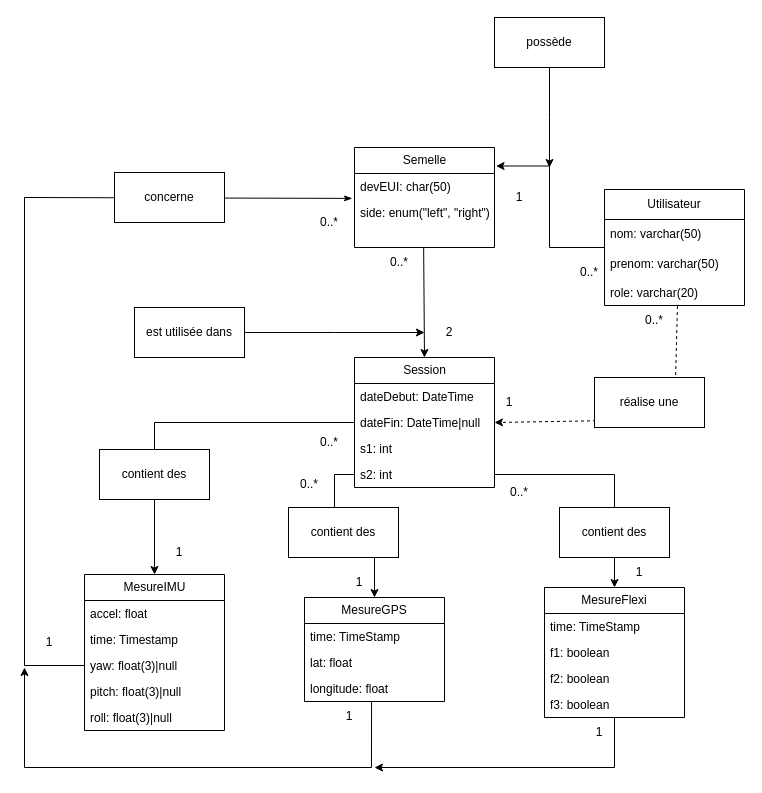
This is bdd/Semelle UML.drawio from lpeyr/p2i, a draw.io file, before an edit. Source tidied: cells renumbered, new cells numbered last; positions are measured from the earlier drawing's top-left corner, leaving out a move shared by most shapes. Both pictures are drawn from the tidied source at 100%, with x=0, y=0 at pixel (24, 17).
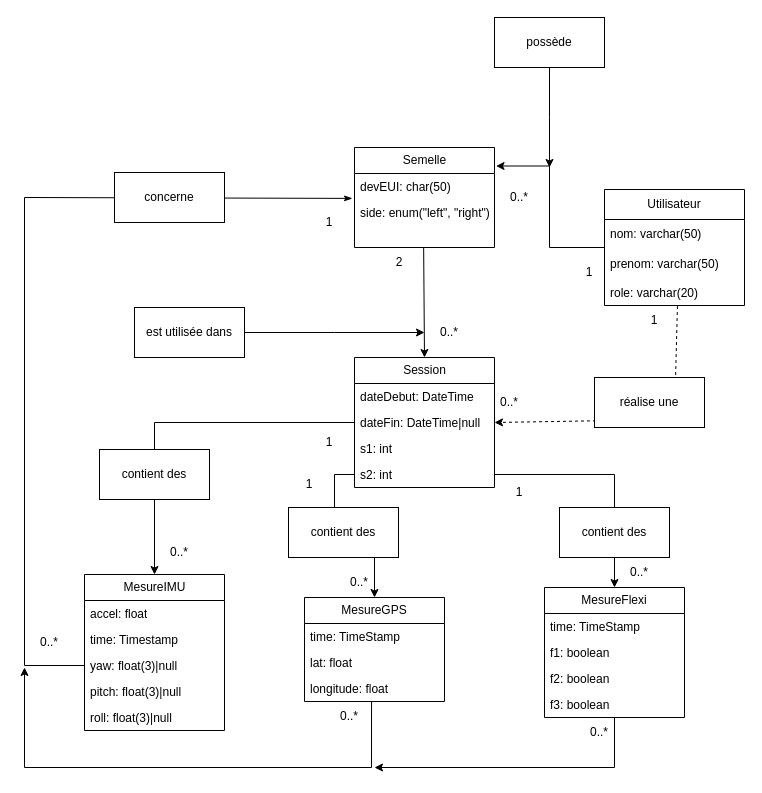
The same diagram, later.

The edit, as a diff of the source:
```diff
@@
-    <mxCell id="32" value="1" style="text;html=1;whiteSpace=wrap;strokeColor=none;fillColor=none;align=center;verticalAlign=middle;rounded=0;" parent="1" vertex="1">
+    <mxCell id="32" value="0..*" style="text;html=1;whiteSpace=wrap;strokeColor=none;fillColor=none;align=center;verticalAlign=middle;rounded=0;" parent="1" vertex="1">
       <mxGeometry x="480" y="165" width="30" height="30" as="geometry" />
     </mxCell>
-    <mxCell id="33" value="0..*" style="text;html=1;whiteSpace=wrap;strokeColor=none;fillColor=none;align=center;verticalAlign=middle;rounded=0;" parent="1" vertex="1">
+    <mxCell id="33" value="1" style="text;html=1;whiteSpace=wrap;strokeColor=none;fillColor=none;align=center;verticalAlign=middle;rounded=0;" parent="1" vertex="1">
       <mxGeometry x="550" y="240" width="30" height="30" as="geometry" />
     </mxCell>
@@
-    <mxCell id="37" value="2" style="text;html=1;whiteSpace=wrap;strokeColor=none;fillColor=none;align=center;verticalAlign=middle;rounded=0;" parent="1" vertex="1">
+    <mxCell id="37" value="0..*" style="text;html=1;whiteSpace=wrap;strokeColor=none;fillColor=none;align=center;verticalAlign=middle;rounded=0;" parent="1" vertex="1">
       <mxGeometry x="410" y="300" width="30" height="30" as="geometry" />
     </mxCell>
-    <mxCell id="38" value="0..*" style="text;html=1;whiteSpace=wrap;strokeColor=none;fillColor=none;align=center;verticalAlign=middle;rounded=0;" parent="1" vertex="1">
+    <mxCell id="38" value="2" style="text;html=1;whiteSpace=wrap;strokeColor=none;fillColor=none;align=center;verticalAlign=middle;rounded=0;" parent="1" vertex="1">
       <mxGeometry x="360" y="230" width="30" height="30" as="geometry" />
     </mxCell>
@@
-    <mxCell id="41" value="0..*" style="text;html=1;whiteSpace=wrap;strokeColor=none;fillColor=none;align=center;verticalAlign=middle;rounded=0;" parent="1" vertex="1">
+    <mxCell id="41" value="1" style="text;html=1;whiteSpace=wrap;strokeColor=none;fillColor=none;align=center;verticalAlign=middle;rounded=0;" parent="1" vertex="1">
       <mxGeometry x="615" y="288" width="30" height="30" as="geometry" />
     </mxCell>
-    <mxCell id="42" value="1" style="text;html=1;whiteSpace=wrap;strokeColor=none;fillColor=none;align=center;verticalAlign=middle;rounded=0;" parent="1" vertex="1">
+    <mxCell id="42" value="0..*" style="text;html=1;whiteSpace=wrap;strokeColor=none;fillColor=none;align=center;verticalAlign=middle;rounded=0;" parent="1" vertex="1">
       <mxGeometry x="470" y="370" width="30" height="30" as="geometry" />
     </mxCell>
@@
-    <mxCell id="49" value="1" style="text;html=1;whiteSpace=wrap;strokeColor=none;fillColor=none;align=center;verticalAlign=middle;rounded=0;" parent="1" vertex="1">
+    <mxCell id="49" value="0..*" style="text;html=1;whiteSpace=wrap;strokeColor=none;fillColor=none;align=center;verticalAlign=middle;rounded=0;" parent="1" vertex="1">
       <mxGeometry x="140" y="520" width="30" height="30" as="geometry" />
     </mxCell>
-    <mxCell id="50" value="0..*" style="text;html=1;whiteSpace=wrap;strokeColor=none;fillColor=none;align=center;verticalAlign=middle;rounded=0;" parent="1" vertex="1">
+    <mxCell id="50" value="1" style="text;html=1;whiteSpace=wrap;strokeColor=none;fillColor=none;align=center;verticalAlign=middle;rounded=0;" parent="1" vertex="1">
       <mxGeometry x="290" y="410" width="30" height="30" as="geometry" />
     </mxCell>
-    <mxCell id="51" value="0..*" style="text;html=1;whiteSpace=wrap;strokeColor=none;fillColor=none;align=center;verticalAlign=middle;rounded=0;" parent="1" vertex="1">
+    <mxCell id="51" value="1" style="text;html=1;whiteSpace=wrap;strokeColor=none;fillColor=none;align=center;verticalAlign=middle;rounded=0;" parent="1" vertex="1">
       <mxGeometry x="270" y="452" width="30" height="30" as="geometry" />
     </mxCell>
-    <mxCell id="52" value="0..*" style="text;html=1;whiteSpace=wrap;strokeColor=none;fillColor=none;align=center;verticalAlign=middle;rounded=0;" parent="1" vertex="1">
+    <mxCell id="52" value="1" style="text;html=1;whiteSpace=wrap;strokeColor=none;fillColor=none;align=center;verticalAlign=middle;rounded=0;" parent="1" vertex="1">
       <mxGeometry x="480" y="460" width="30" height="30" as="geometry" />
     </mxCell>
-    <mxCell id="53" value="1" style="text;html=1;whiteSpace=wrap;strokeColor=none;fillColor=none;align=center;verticalAlign=middle;rounded=0;" parent="1" vertex="1">
+    <mxCell id="53" value="0..*" style="text;html=1;whiteSpace=wrap;strokeColor=none;fillColor=none;align=center;verticalAlign=middle;rounded=0;" parent="1" vertex="1">
       <mxGeometry x="600" y="540" width="30" height="30" as="geometry" />
     </mxCell>
-    <mxCell id="54" value="1" style="text;html=1;whiteSpace=wrap;strokeColor=none;fillColor=none;align=center;verticalAlign=middle;rounded=0;" parent="1" vertex="1">
+    <mxCell id="54" value="0..*" style="text;html=1;whiteSpace=wrap;strokeColor=none;fillColor=none;align=center;verticalAlign=middle;rounded=0;" parent="1" vertex="1">
       <mxGeometry x="320" y="550" width="30" height="30" as="geometry" />
     </mxCell>
@@
-    <mxCell id="57" value="1" style="text;html=1;whiteSpace=wrap;strokeColor=none;fillColor=none;align=center;verticalAlign=middle;rounded=0;" parent="1" vertex="1">
+    <mxCell id="57" value="0..*" style="text;html=1;whiteSpace=wrap;strokeColor=none;fillColor=none;align=center;verticalAlign=middle;rounded=0;" parent="1" vertex="1">
       <mxGeometry x="10" y="610" width="30" height="30" as="geometry" />
     </mxCell>
-    <mxCell id="58" value="0..*" style="text;html=1;whiteSpace=wrap;strokeColor=none;fillColor=none;align=center;verticalAlign=middle;rounded=0;" parent="1" vertex="1">
+    <mxCell id="58" value="1" style="text;html=1;whiteSpace=wrap;strokeColor=none;fillColor=none;align=center;verticalAlign=middle;rounded=0;" parent="1" vertex="1">
       <mxGeometry x="290" y="190" width="30" height="30" as="geometry" />
     </mxCell>
@@
-    <mxCell id="61" value="1" style="text;html=1;whiteSpace=wrap;strokeColor=none;fillColor=none;align=center;verticalAlign=middle;rounded=0;" parent="1" vertex="1">
+    <mxCell id="61" value="0..*" style="text;html=1;whiteSpace=wrap;strokeColor=none;fillColor=none;align=center;verticalAlign=middle;rounded=0;" parent="1" vertex="1">
       <mxGeometry x="310" y="684" width="30" height="30" as="geometry" />
     </mxCell>
-    <mxCell id="62" value="1" style="text;html=1;whiteSpace=wrap;strokeColor=none;fillColor=none;align=center;verticalAlign=middle;rounded=0;" parent="1" vertex="1">
+    <mxCell id="62" value="0..*" style="text;html=1;whiteSpace=wrap;strokeColor=none;fillColor=none;align=center;verticalAlign=middle;rounded=0;" parent="1" vertex="1">
       <mxGeometry x="560" y="700" width="30" height="30" as="geometry" />
     </mxCell>
```
